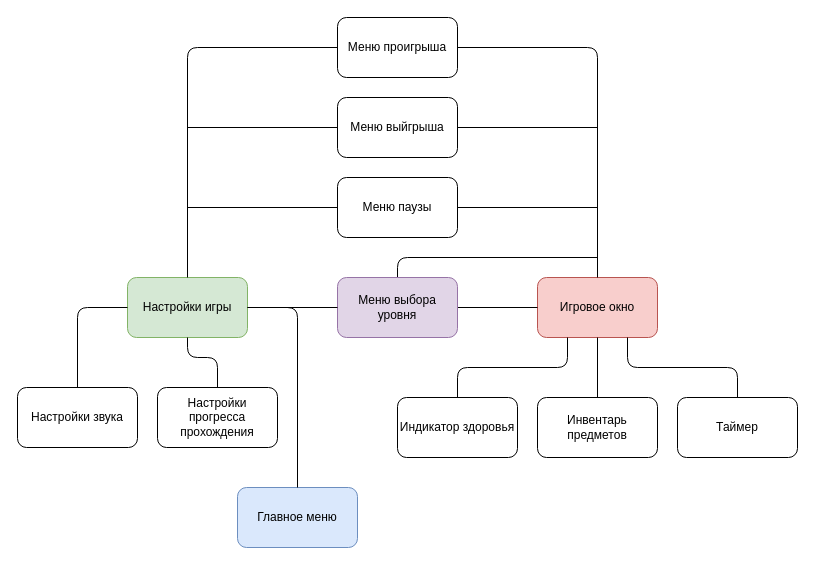
Before: doc/structure_diagram/structure.drawio in itfray/GameGrinch2D, a draw.io diagram. Source tidied: cells renumbered, new cells numbered last; positions are measured from the earlier drawing's top-left corner, leaving out a move shared by most shapes. Both pictures are drawn from the tidied source at 100%, with x=0, y=0 at pixel (17, 17).
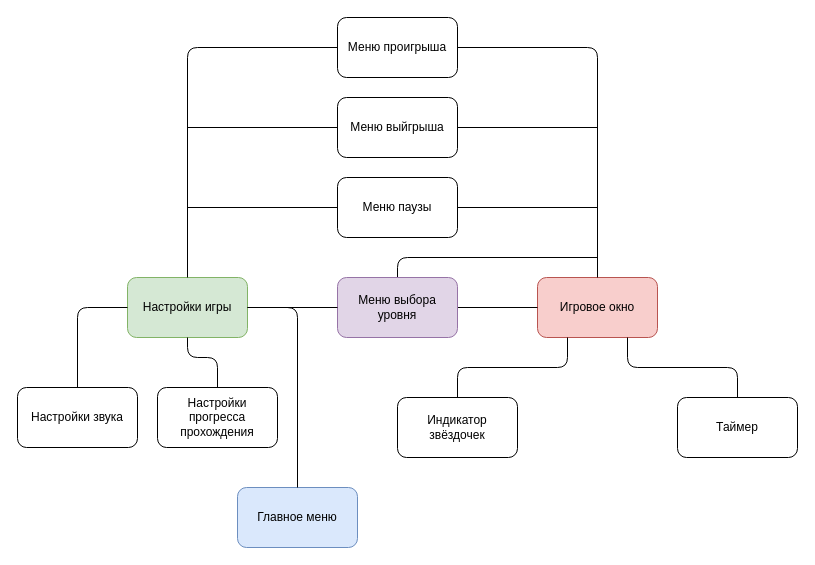
After the change.

The change refers to these unchanged cells:
```xml
<mxCell id="6" value="Игровое окно" style="rounded=1;whiteSpace=wrap;html=1;fillColor=#f8cecc;strokeColor=#b85450;" parent="1" vertex="1">
  <mxGeometry x="520" y="260" width="120" height="60" as="geometry" />
</mxCell>
```

What changed in the source:
```diff
@@
-    <mxCell id="8" value="Индикатор здоровья" style="rounded=1;whiteSpace=wrap;html=1;" parent="1" vertex="1">
+    <mxCell id="8" value="Индикатор звёздочек" style="rounded=1;whiteSpace=wrap;html=1;" parent="1" vertex="1">
       <mxGeometry x="380" y="380" width="120" height="60" as="geometry" />
     </mxCell>
-    <mxCell id="9" value="Инвентарь предметов" style="rounded=1;whiteSpace=wrap;html=1;" parent="1" vertex="1">
-      <mxGeometry x="520" y="380" width="120" height="60" as="geometry" />
-    </mxCell>
@@
-    <mxCell id="12" style="endArrow=none;html=1;entryX=0.5;entryY=1;entryDx=0;entryDy=0;exitX=0.5;exitY=0;exitDx=0;exitDy=0;" parent="1" edge="1" source="9" target="6">
-      <mxGeometry relative="1" as="geometry" />
-    </mxCell>
```
